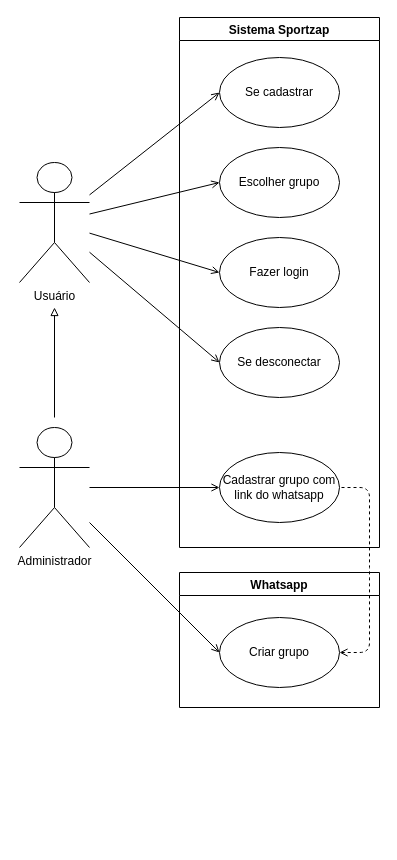
Earlier version of the draw.io diagram Diagramas/Casos de Uso Update.drawio (pmarangon/Grupo-1-PI--Sa-de-e-Bem-Estar). Source tidied: cells renumbered, new cells numbered last; positions are measured from the earlier drawing's top-left corner, leaving out a move shared by most shapes. Both pictures are drawn from the tidied source at 100%, with x=0, y=0 at pixel (19, 17).
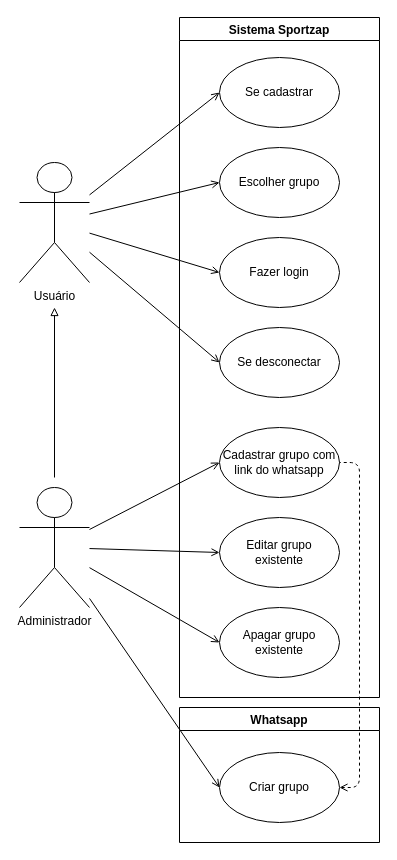
After the change.

Commit message (it also covers changes not shown here):
Corrige diagrama de casos de uso

Unchanged cells that the change refers to:
```xml
<mxCell id="17" value="Criar grupo&lt;br&gt;" style="ellipse;whiteSpace=wrap;html=1;" parent="16" vertex="1">
  <mxGeometry x="40" y="45" width="120" height="70" as="geometry" />
</mxCell>
```

Change to the diagram source:
```diff
@@
     <mxCell id="7" style="edgeStyle=none;rounded=0;orthogonalLoop=1;jettySize=auto;html=1;endArrow=block;endFill=0;" parent="1" edge="1">
       <mxGeometry relative="1" as="geometry">
-        <mxPoint x="35" y="400" as="sourcePoint" />
+        <mxPoint x="35" y="460" as="sourcePoint" />
         <mxPoint x="35" y="290" as="targetPoint" />
       </mxGeometry>
     </mxCell>
     <mxCell id="8" value="Administrador" style="shape=umlActor;verticalLabelPosition=bottom;verticalAlign=top;html=1;outlineConnect=0;" parent="1" vertex="1">
-      <mxGeometry y="410" width="70" height="120" as="geometry" />
+      <mxGeometry y="470" width="70" height="120" as="geometry" />
     </mxCell>
@@
-    <mxCell id="13" value="Cadastrar grupo com link do whatsapp&lt;br&gt;" style="ellipse;whiteSpace=wrap;html=1;" parent="1" vertex="1">
-      <mxGeometry x="200" y="435" width="120" height="70" as="geometry" />
-    </mxCell>
@@
     <mxCell id="15" value="Sistema Sportzap" style="swimlane;" parent="1" vertex="1">
-      <mxGeometry x="160" width="200" height="530" as="geometry" />
+      <mxGeometry x="160" width="200" height="680" as="geometry" />
     </mxCell>
+    <mxCell id="13" value="Cadastrar grupo com link do whatsapp&lt;br&gt;" style="ellipse;whiteSpace=wrap;html=1;" parent="15" vertex="1">
+      <mxGeometry x="40" y="410" width="120" height="70" as="geometry" />
+    </mxCell>
+    <mxCell id="20" value="Editar grupo&lt;br&gt;existente&lt;br&gt;" style="ellipse;whiteSpace=wrap;html=1;" parent="15" vertex="1">
+      <mxGeometry x="40" y="500" width="120" height="70" as="geometry" />
+    </mxCell>
+    <mxCell id="21" value="Apagar grupo existente&lt;br&gt;" style="ellipse;whiteSpace=wrap;html=1;" parent="15" vertex="1">
+      <mxGeometry x="40" y="590" width="120" height="70" as="geometry" />
+    </mxCell>
     <mxCell id="16" value="Whatsapp" style="swimlane;" parent="1" vertex="1">
-      <mxGeometry x="160" y="555" width="200" height="135" as="geometry" />
+      <mxGeometry x="160" y="690" width="200" height="135" as="geometry" />
     </mxCell>
@@
     <mxCell id="19" style="edgeStyle=none;rounded=1;jettySize=auto;html=1;entryX=1;entryY=0.5;entryDx=0;entryDy=0;endArrow=none;endFill=0;exitX=1;exitY=0.5;exitDx=0;exitDy=0;dashed=1;startArrow=open;startFill=0;" parent="1" edge="1" source="17" target="13">
       <mxGeometry relative="1" as="geometry">
         <Array as="points">
-          <mxPoint x="350" y="635" />
-          <mxPoint x="350" y="560" />
-          <mxPoint x="350" y="470" />
+          <mxPoint x="340" y="770" />
+          <mxPoint x="340" y="445" />
         </Array>
       </mxGeometry>
     </mxCell>
+    <mxCell id="22" style="rounded=0;jettySize=auto;html=1;entryX=0;entryY=0.5;entryDx=0;entryDy=0;endArrow=open;endFill=0;" parent="1" edge="1" source="8" target="20">
+      <mxGeometry relative="1" as="geometry" />
+    </mxCell>
+    <mxCell id="23" style="rounded=0;jettySize=auto;html=1;entryX=0;entryY=0.5;entryDx=0;entryDy=0;endArrow=open;endFill=0;" parent="1" edge="1" source="8" target="21">
+      <mxGeometry relative="1" as="geometry" />
+    </mxCell>
```
